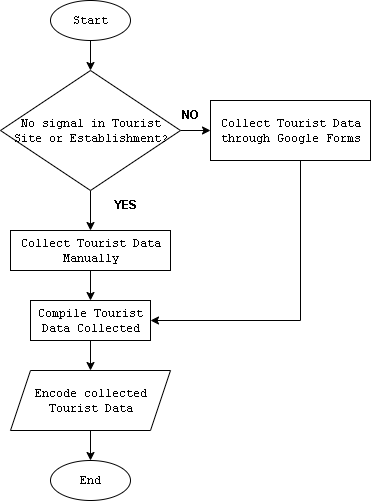
Above: Deliverables/flowchart2.png in LittleEins/Thesis-Collab (draw.io), before the change. Source tidied: cells renumbered, new cells last; positions are measured from the earlier drawing's top-left corner, leaving out a move shared by most shapes.
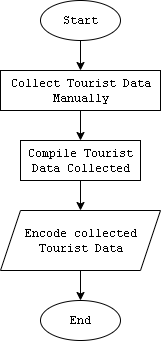
Later version of the same file.

Diff of the diagram source:
```diff
@@ -2,43 +2,18 @@
   <root>
     <mxCell id="0" />
     <mxCell id="1" parent="0" />
-    <mxCell id="2" style="edgeStyle=orthogonalEdgeStyle;rounded=0;jettySize=auto;html=1;fontFamily=Courier New;" parent="1" edge="1" source="3" target="6">
-      <mxGeometry relative="1" as="geometry" />
-    </mxCell>
+    <mxCell id="18" style="edgeStyle=orthogonalEdgeStyle;rounded=0;jettySize=auto;html=1;entryX=0.5;entryY=0;entryDx=0;entryDy=0;" parent="1" edge="1" source="3" target="8">
+      <mxGeometry relative="1" as="geometry" />
+    </mxCell>
     <mxCell id="3" value="&lt;font&gt;Start&lt;/font&gt;" style="ellipse;whiteSpace=wrap;html=1;fontFamily=Courier New;" parent="1" vertex="1">
-      <mxGeometry x="50" width="80" height="40" as="geometry" />
+      <mxGeometry x="50" y="160" width="80" height="40" as="geometry" />
     </mxCell>
-    <mxCell id="4" style="edgeStyle=orthogonalEdgeStyle;rounded=0;jettySize=auto;html=1;" parent="1" edge="1" source="6" target="8">
-      <mxGeometry relative="1" as="geometry" />
-    </mxCell>
-    <mxCell id="5" style="edgeStyle=orthogonalEdgeStyle;rounded=0;jettySize=auto;html=1;" parent="1" edge="1" source="6" target="11">
-      <mxGeometry relative="1" as="geometry" />
-    </mxCell>
-    <mxCell id="6" value="No signal in Tourist Site or Establishment?" style="rhombus;whiteSpace=wrap;html=1;spacingLeft=1;fontFamily=Courier New;spacing=10;" parent="1" vertex="1">
-      <mxGeometry y="70" width="180" height="120" as="geometry" />
-    </mxCell>
     <mxCell id="7" style="edgeStyle=orthogonalEdgeStyle;rounded=0;jettySize=auto;html=1;" parent="1" edge="1" source="8" target="14">
       <mxGeometry relative="1" as="geometry" />
     </mxCell>
     <mxCell id="8" value="Collect Tourist Data Manually" style="whiteSpace=wrap;html=1;fontFamily=Courier New;spacingLeft=1;" parent="1" vertex="1">
       <mxGeometry x="10" y="230" width="160" height="40" as="geometry" />
     </mxCell>
-    <mxCell id="9" value="&lt;b&gt;YES&lt;/b&gt;" style="text;html=1;align=center;verticalAlign=middle;strokeColor=none;fillColor=none;" parent="1" vertex="1">
-      <mxGeometry x="100" y="190" width="50" height="30" as="geometry" />
-    </mxCell>
-    <mxCell id="10" style="edgeStyle=orthogonalEdgeStyle;rounded=0;jettySize=auto;html=1;entryX=1;entryY=0.5;entryDx=0;entryDy=0;" parent="1" edge="1" source="11" target="14">
-      <mxGeometry relative="1" as="geometry">
-        <Array as="points">
-          <mxPoint x="300" y="320" />
-        </Array>
-      </mxGeometry>
-    </mxCell>
-    <mxCell id="11" value="Collect Tourist Data through Google Forms" style="whiteSpace=wrap;html=1;fontFamily=Courier New;spacingLeft=1;" parent="1" vertex="1">
-      <mxGeometry x="210" y="100" width="160" height="60" as="geometry" />
-    </mxCell>
-    <mxCell id="12" value="&lt;b&gt;NO&lt;/b&gt;" style="text;html=1;align=center;verticalAlign=middle;strokeColor=none;fillColor=none;" parent="1" vertex="1">
-      <mxGeometry x="170" y="100" width="40" height="30" as="geometry" />
-    </mxCell>
     <mxCell id="13" style="edgeStyle=orthogonalEdgeStyle;rounded=0;jettySize=auto;html=1;" parent="1" edge="1" source="14" target="16">
       <mxGeometry relative="1" as="geometry" />
     </mxCell>
```
